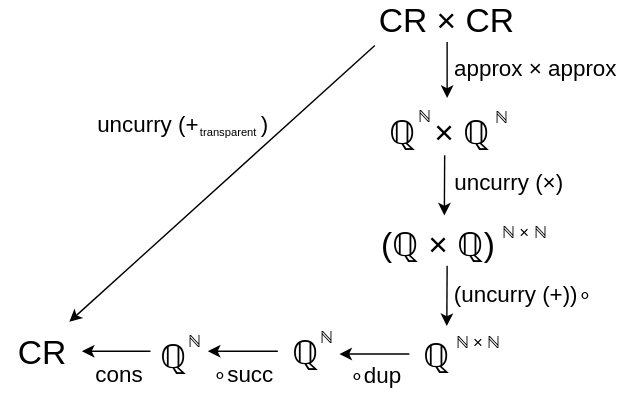
Above: images/diagrams/sum.svg in tiago-bacelar/masters-thesis (draw.io), before the change. Source tidied: cells renumbered, new cells last; positions are measured from the earlier drawing's top-left corner, leaving out a move shared by most shapes.
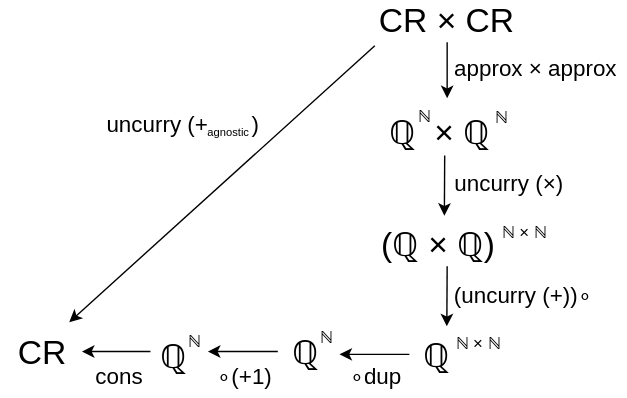
After the change.

What changed in the source:
```diff
@@ -70,11 +70,11 @@
         <mxPoint x="317" y="154.5" as="targetPoint" />
       </mxGeometry>
     </mxCell>
-    <mxCell id="19" value="&lt;font style=&quot;font-size: 16px;&quot;&gt;uncurry (+&amp;nbsp; &amp;nbsp; &amp;nbsp; &amp;nbsp; &amp;nbsp; )&lt;/font&gt;" style="text;html=1;whiteSpace=wrap;strokeColor=none;fillColor=none;align=center;verticalAlign=middle;rounded=0;" parent="1" vertex="1">
+    <mxCell id="19" value="&lt;font style=&quot;font-size: 16px;&quot;&gt;uncurry (+&amp;nbsp; &amp;nbsp; &amp;nbsp; &amp;nbsp;)&lt;/font&gt;" style="text;html=1;whiteSpace=wrap;strokeColor=none;fillColor=none;align=center;verticalAlign=middle;rounded=0;" parent="1" vertex="1">
       <mxGeometry x="67.5" y="73.5" width="125" height="30" as="geometry" />
     </mxCell>
-    <mxCell id="20" value="&lt;span style=&quot;font-weight: normal;&quot;&gt;&lt;font style=&quot;font-size: 16px;&quot;&gt;∘&lt;/font&gt;&lt;/span&gt;&lt;font style=&quot;font-size: 16px;&quot;&gt;succ&lt;/font&gt;&lt;span style=&quot;font-weight: normal;&quot;&gt;&lt;font style=&quot;font-size: 16px;&quot;&gt;&amp;nbsp;&lt;/font&gt;&lt;/span&gt;" style="text;html=1;whiteSpace=wrap;strokeColor=none;fillColor=none;align=center;verticalAlign=middle;rounded=0;" parent="1" vertex="1">
-      <mxGeometry x="146" y="253.5" width="60" height="30" as="geometry" />
+    <mxCell id="20" value="&lt;span style=&quot;font-weight: normal;&quot;&gt;&lt;font style=&quot;font-size: 16px;&quot;&gt;∘&lt;/font&gt;&lt;/span&gt;&lt;span style=&quot;font-weight: normal;&quot;&gt;&lt;font style=&quot;font-size: 16px;&quot;&gt;(+1&lt;/font&gt;&lt;/span&gt;&lt;span style=&quot;font-weight: normal;&quot;&gt;&lt;font style=&quot;font-size: 16px;&quot;&gt;)&lt;/font&gt;&lt;/span&gt;&lt;span style=&quot;font-weight: normal;&quot;&gt;&lt;font style=&quot;font-size: 16px;&quot;&gt;&amp;nbsp;&lt;/font&gt;&lt;/span&gt;" style="text;html=1;whiteSpace=wrap;strokeColor=none;fillColor=none;align=center;verticalAlign=middle;rounded=0;" parent="1" vertex="1">
+      <mxGeometry x="147" y="253.5" width="60" height="30" as="geometry" />
     </mxCell>
     <mxCell id="21" value="&lt;font style=&quot;font-size: 16px;&quot;&gt;(uncurry (+))&lt;/font&gt;&lt;span style=&quot;font-weight: normal;&quot;&gt;&lt;font style=&quot;font-size: 16px;&quot;&gt;∘&lt;/font&gt;&lt;/span&gt;" style="text;html=1;whiteSpace=wrap;strokeColor=none;fillColor=none;align=center;verticalAlign=middle;rounded=0;" parent="1" vertex="1">
       <mxGeometry x="318" y="195.5" width="111" height="30" as="geometry" />
@@ -103,8 +103,8 @@
         <mxPoint x="242" y="253.5" as="targetPoint" />
       </mxGeometry>
     </mxCell>
-    <mxCell id="29" value="&lt;font style=&quot;font-size: 8px;&quot;&gt;transparent&lt;/font&gt;" style="text;html=1;whiteSpace=wrap;strokeColor=none;fillColor=none;align=center;verticalAlign=middle;rounded=0;" parent="1" vertex="1">
-      <mxGeometry x="132.5" y="79" width="60" height="30" as="geometry" />
+    <mxCell id="29" value="&lt;font style=&quot;font-size: 8px;&quot;&gt;agnostic&lt;/font&gt;" style="text;html=1;whiteSpace=wrap;strokeColor=none;fillColor=none;align=center;verticalAlign=middle;rounded=0;" parent="1" vertex="1">
+      <mxGeometry x="137.5" y="79" width="50" height="30" as="geometry" />
     </mxCell>
   </root>
 </mxGraphModel>
```
